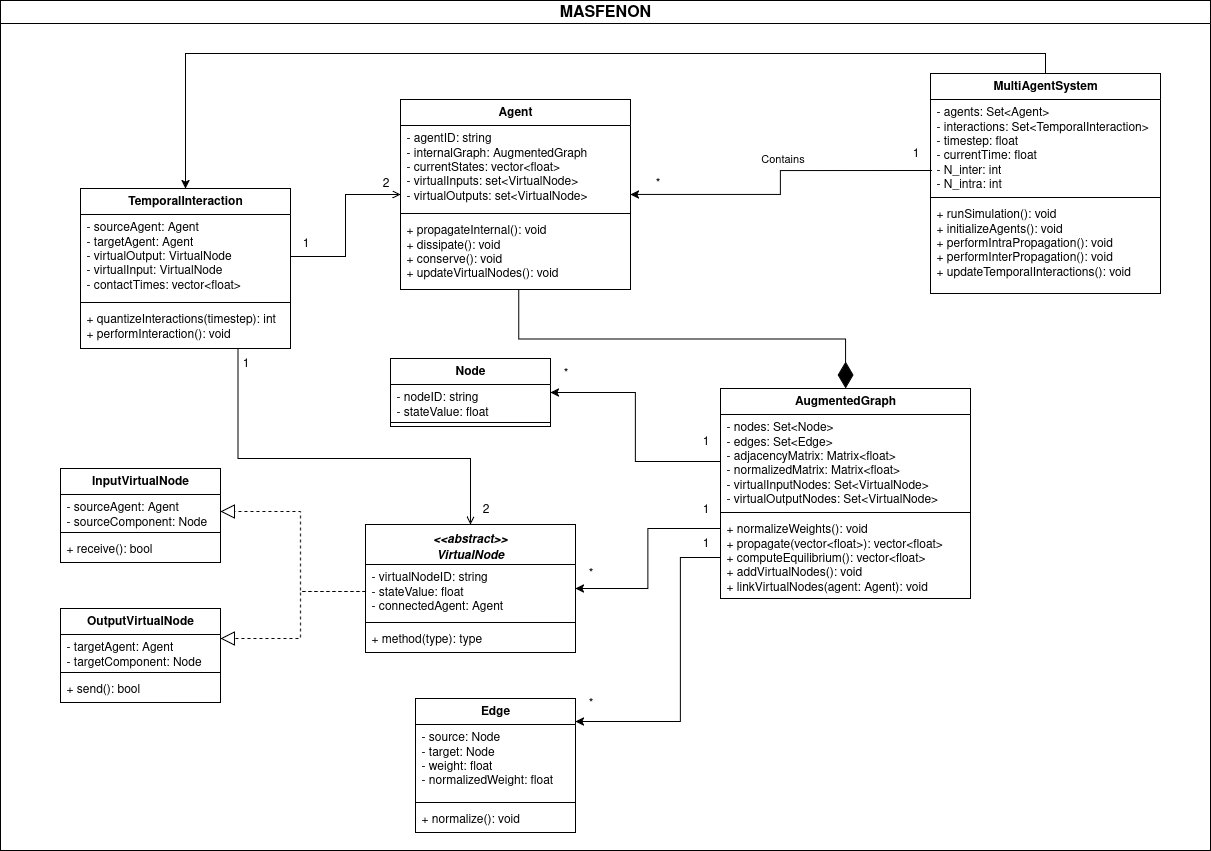
Above: docs/images/UMLfull.drawio.png in josura/c2c-sepia (draw.io), before the change. Source tidied: cells renumbered, new cells last; positions are measured from the earlier drawing's top-left corner, leaving out a move shared by most shapes. Source of this version:
```xml
<mxGraphModel>
  <root>
    <mxCell id="0" />
    <mxCell id="1" parent="0" />
    <mxCell id="2" value="MASFENON" style="swimlane;whiteSpace=wrap;html=1;fontSize=16;" parent="1" vertex="1">
      <mxGeometry width="1210" height="850" as="geometry" />
    </mxCell>
    <mxCell id="3" style="edgeStyle=orthogonalEdgeStyle;rounded=0;jettySize=auto;html=1;exitX=0.5;exitY=0;exitDx=0;exitDy=0;entryX=0.5;entryY=0;entryDx=0;entryDy=0;" parent="2" edge="1" source="4" target="46">
      <mxGeometry relative="1" as="geometry" />
    </mxCell>
    <mxCell id="4" value="MultiAgentSystem" style="swimlane;fontStyle=1;align=center;verticalAlign=top;horizontal=1;startSize=26;whiteSpace=wrap;html=1;" parent="2" vertex="1">
      <mxGeometry x="930" y="73" width="230" height="220" as="geometry" />
    </mxCell>
    <mxCell id="5" value="- agents: Set&amp;lt;Agent&amp;gt;&amp;nbsp;&lt;br&gt;- interactions: Set&amp;lt;TemporalInteraction&amp;gt;&lt;br&gt;- timestep: float&amp;nbsp; &amp;nbsp; &amp;nbsp; &amp;nbsp; &amp;nbsp; &amp;nbsp; &amp;nbsp; &amp;nbsp; &amp;nbsp; &amp;nbsp;&amp;nbsp;&lt;br&gt;- currentTime: float&amp;nbsp; &amp;nbsp; &amp;nbsp; &amp;nbsp; &amp;nbsp; &amp;nbsp; &amp;nbsp;&amp;nbsp;&lt;br&gt;- N_inter: int&lt;br&gt;- N_intra: int&amp;nbsp;" style="text;strokeColor=none;fillColor=none;align=left;verticalAlign=top;spacingLeft=4;spacingRight=4;overflow=hidden;points=[[0,0.5],[1,0.5]];portConstraint=eastwest;whiteSpace=wrap;html=1;" parent="4" vertex="1">
      <mxGeometry y="26" width="230" height="94" as="geometry" />
    </mxCell>
    <mxCell id="6" style="line;strokeWidth=1;fillColor=none;align=left;verticalAlign=middle;spacingTop=-1;spacingLeft=3;spacingRight=3;labelPosition=right;strokeColor=inherit;" parent="4" vertex="1">
      <mxGeometry y="120" width="230" height="8" as="geometry" />
    </mxCell>
    <mxCell id="7" value="+ runSimulation(): void&lt;br&gt;+ initializeAgents(): void&lt;br&gt;+ performIntraPropagation(): void&lt;br&gt;+ performInterPropagation(): void&lt;br&gt;+ updateTemporalInteractions(): void" style="text;strokeColor=none;fillColor=none;align=left;verticalAlign=top;spacingLeft=4;spacingRight=4;overflow=hidden;whiteSpace=wrap;html=1;" parent="4" vertex="1">
      <mxGeometry y="128" width="230" height="92" as="geometry" />
    </mxCell>
    <mxCell id="8" value="Agent" style="swimlane;fontStyle=1;align=center;verticalAlign=top;horizontal=1;startSize=26;whiteSpace=wrap;html=1;" parent="2" vertex="1">
      <mxGeometry x="400" y="99" width="230" height="190" as="geometry" />
    </mxCell>
    <mxCell id="9" value="- agentID: string&lt;br&gt;- internalGraph: AugmentedGraph&lt;br&gt;- currentStates: vector&amp;lt;float&amp;gt;&lt;br&gt;- virtualInputs: set&amp;lt;VirtualNode&amp;gt;&lt;br&gt;- virtualOutputs: set&amp;lt;VirtualNode&amp;gt;" style="text;strokeColor=none;fillColor=none;align=left;verticalAlign=top;spacingLeft=4;spacingRight=4;overflow=hidden;whiteSpace=wrap;html=1;" parent="8" vertex="1">
      <mxGeometry y="26" width="230" height="84" as="geometry" />
    </mxCell>
    <mxCell id="10" style="line;strokeWidth=1;fillColor=none;align=left;verticalAlign=middle;spacingTop=-1;spacingLeft=3;spacingRight=3;labelPosition=right;strokeColor=inherit;" parent="8" vertex="1">
      <mxGeometry y="110" width="230" height="8" as="geometry" />
    </mxCell>
    <mxCell id="11" value="+ propagateInternal(): void&lt;br&gt;+ dissipate(): void&lt;br&gt;+ conserve(): void&lt;br&gt;+ updateVirtualNodes(): void&amp;nbsp;" style="text;strokeColor=none;fillColor=none;align=left;verticalAlign=top;spacingLeft=4;spacingRight=4;overflow=hidden;points=[[0,0.5],[1,0.5]];portConstraint=eastwest;whiteSpace=wrap;html=1;" parent="8" vertex="1">
      <mxGeometry y="118" width="230" height="72" as="geometry" />
    </mxCell>
    <mxCell id="12" value="1" style="text;html=1;align=center;verticalAlign=middle;strokeColor=none;fillColor=none;" parent="2" vertex="1">
      <mxGeometry x="900" y="138" width="30" height="30" as="geometry" />
    </mxCell>
    <mxCell id="13" value="AugmentedGraph" style="swimlane;fontStyle=1;align=center;verticalAlign=top;horizontal=1;startSize=26;whiteSpace=wrap;html=1;" parent="2" vertex="1">
      <mxGeometry x="720" y="388" width="250" height="210" as="geometry" />
    </mxCell>
    <mxCell id="14" value="- nodes: Set&amp;lt;Node&amp;gt;&lt;br&gt;- edges: Set&amp;lt;Edge&amp;gt;&lt;br&gt;- adjacencyMatrix: Matrix&amp;lt;float&amp;gt;&lt;br&gt;- normalizedMatrix: Matrix&amp;lt;float&amp;gt;&lt;br&gt;- virtualInputNodes: Set&amp;lt;VirtualNode&amp;gt;&lt;br&gt;- virtualOutputNodes: Set&amp;lt;VirtualNode&amp;gt;&amp;nbsp;" style="text;strokeColor=none;fillColor=none;align=left;verticalAlign=top;spacingLeft=4;spacingRight=4;overflow=hidden;points=[[0,0.5],[1,0.5]];portConstraint=eastwest;whiteSpace=wrap;html=1;" parent="13" vertex="1">
      <mxGeometry y="26" width="250" height="94" as="geometry" />
    </mxCell>
    <mxCell id="15" style="line;strokeWidth=1;fillColor=none;align=left;verticalAlign=middle;spacingTop=-1;spacingLeft=3;spacingRight=3;labelPosition=right;strokeColor=inherit;" parent="13" vertex="1">
      <mxGeometry y="120" width="250" height="8" as="geometry" />
    </mxCell>
    <mxCell id="16" value="+ normalizeWeights(): void&lt;br&gt;+ propagate(vector&amp;lt;float&amp;gt;): vector&amp;lt;float&amp;gt;&lt;br&gt;+ computeEquilibrium(): vector&amp;lt;float&amp;gt;&lt;br&gt;+ addVirtualNodes(): void&lt;br&gt;+ linkVirtualNodes(agent: Agent): void" style="text;strokeColor=none;fillColor=none;align=left;verticalAlign=top;spacingLeft=4;spacingRight=4;overflow=hidden;points=[[0,0.5],[1,0.5]];portConstraint=eastwest;whiteSpace=wrap;html=1;" parent="13" vertex="1">
      <mxGeometry y="128" width="250" height="82" as="geometry" />
    </mxCell>
    <mxCell id="17" style="endArrow=diamondThin;endFill=1;endSize=24;html=1;rounded=0;entryX=0.5;entryY=0;entryDx=0;entryDy=0;exitX=0.514;exitY=1.007;exitDx=0;exitDy=0;exitPerimeter=0;edgeStyle=orthogonalEdgeStyle;" parent="2" edge="1" source="11" target="13">
      <mxGeometry relative="1" as="geometry" />
    </mxCell>
    <mxCell id="18" value="Node" style="swimlane;fontStyle=1;align=center;verticalAlign=top;horizontal=1;startSize=26;whiteSpace=wrap;html=1;" parent="2" vertex="1">
      <mxGeometry x="390" y="358" width="160" height="68" as="geometry" />
    </mxCell>
    <mxCell id="19" value="- nodeID: string&lt;br&gt;- stateValue: float" style="text;strokeColor=none;fillColor=none;align=left;verticalAlign=top;spacingLeft=4;spacingRight=4;overflow=hidden;whiteSpace=wrap;html=1;" parent="18" vertex="1">
      <mxGeometry y="26" width="160" height="34" as="geometry" />
    </mxCell>
    <mxCell id="20" style="line;strokeWidth=1;fillColor=none;align=left;verticalAlign=middle;spacingTop=-1;spacingLeft=3;spacingRight=3;labelPosition=right;strokeColor=inherit;" parent="18" vertex="1">
      <mxGeometry y="60" width="160" height="8" as="geometry" />
    </mxCell>
    <mxCell id="21" value="&lt;div&gt;&lt;i&gt;&amp;lt;&amp;lt;abstract&amp;gt;&amp;gt;&lt;/i&gt;&lt;/div&gt;&lt;div&gt;&lt;i&gt;VirtualNode&lt;/i&gt;&lt;/div&gt;" style="swimlane;fontStyle=1;align=center;verticalAlign=top;horizontal=1;startSize=40;whiteSpace=wrap;html=1;" parent="2" vertex="1">
      <mxGeometry x="365" y="524" width="210" height="128" as="geometry" />
    </mxCell>
    <mxCell id="22" value="- virtualNodeID: string&lt;br&gt;- stateValue: float&lt;br&gt;- connectedAgent: Agent" style="text;strokeColor=none;fillColor=none;align=left;verticalAlign=top;spacingLeft=4;spacingRight=4;overflow=hidden;points=[[0,0.5],[1,0.5]];portConstraint=eastwest;whiteSpace=wrap;html=1;" parent="21" vertex="1">
      <mxGeometry y="40" width="210" height="54" as="geometry" />
    </mxCell>
    <mxCell id="23" style="line;strokeWidth=1;fillColor=none;align=left;verticalAlign=middle;spacingTop=-1;spacingLeft=3;spacingRight=3;labelPosition=right;strokeColor=inherit;" parent="21" vertex="1">
      <mxGeometry y="94" width="210" height="8" as="geometry" />
    </mxCell>
    <mxCell id="24" value="+ method(type): type" style="text;strokeColor=none;fillColor=none;align=left;verticalAlign=top;spacingLeft=4;spacingRight=4;overflow=hidden;whiteSpace=wrap;html=1;" parent="21" vertex="1">
      <mxGeometry y="102" width="210" height="26" as="geometry" />
    </mxCell>
    <mxCell id="25" value="Edge" style="swimlane;fontStyle=1;align=center;verticalAlign=top;horizontal=1;startSize=26;whiteSpace=wrap;html=1;" parent="2" vertex="1">
      <mxGeometry x="415" y="698" width="160" height="134" as="geometry" />
    </mxCell>
    <mxCell id="26" value="- source: Node&lt;br&gt;- target: Node&lt;br&gt;- weight: float&lt;br&gt;- normalizedWeight: float&amp;nbsp;" style="text;strokeColor=none;fillColor=none;align=left;verticalAlign=top;spacingLeft=4;spacingRight=4;overflow=hidden;whiteSpace=wrap;html=1;" parent="25" vertex="1">
      <mxGeometry y="26" width="160" height="74" as="geometry" />
    </mxCell>
    <mxCell id="27" style="line;strokeWidth=1;fillColor=none;align=left;verticalAlign=middle;spacingTop=-1;spacingLeft=3;spacingRight=3;labelPosition=right;strokeColor=inherit;" parent="25" vertex="1">
      <mxGeometry y="100" width="160" height="8" as="geometry" />
    </mxCell>
    <mxCell id="28" value="+ normalize(): void" style="text;strokeColor=none;fillColor=none;align=left;verticalAlign=top;spacingLeft=4;spacingRight=4;overflow=hidden;whiteSpace=wrap;html=1;" parent="25" vertex="1">
      <mxGeometry y="108" width="160" height="26" as="geometry" />
    </mxCell>
    <mxCell id="29" style="edgeStyle=orthogonalEdgeStyle;rounded=0;jettySize=auto;html=1;exitX=0;exitY=0.5;exitDx=0;exitDy=0;" parent="2" edge="1" source="14" target="18">
      <mxGeometry relative="1" as="geometry" />
    </mxCell>
    <mxCell id="30" style="edgeStyle=orthogonalEdgeStyle;rounded=0;jettySize=auto;html=1;exitX=0;exitY=0.146;exitDx=0;exitDy=0;exitPerimeter=0;" parent="2" edge="1" source="16" target="21">
      <mxGeometry relative="1" as="geometry" />
    </mxCell>
    <mxCell id="31" style="edgeStyle=orthogonalEdgeStyle;rounded=0;jettySize=auto;html=1;exitX=0;exitY=0.5;exitDx=0;exitDy=0;" parent="2" edge="1" source="16" target="25">
      <mxGeometry relative="1" as="geometry">
        <Array as="points">
          <mxPoint x="680" y="557" />
          <mxPoint x="680" y="721" />
        </Array>
      </mxGeometry>
    </mxCell>
    <mxCell id="32" value="InputVirtualNode" style="swimlane;fontStyle=1;align=center;verticalAlign=top;horizontal=1;startSize=26;whiteSpace=wrap;html=1;" parent="2" vertex="1">
      <mxGeometry x="60" y="468" width="160" height="94" as="geometry" />
    </mxCell>
    <mxCell id="33" value="&lt;div&gt;- sourceAgent: Agent&lt;/div&gt;&lt;div&gt;- sourceComponent: Node&lt;/div&gt;" style="text;strokeColor=none;fillColor=none;align=left;verticalAlign=top;spacingLeft=4;spacingRight=4;overflow=hidden;whiteSpace=wrap;html=1;" parent="32" vertex="1">
      <mxGeometry y="26" width="160" height="34" as="geometry" />
    </mxCell>
    <mxCell id="34" style="line;strokeWidth=1;fillColor=none;align=left;verticalAlign=middle;spacingTop=-1;spacingLeft=3;spacingRight=3;labelPosition=right;strokeColor=inherit;" parent="32" vertex="1">
      <mxGeometry y="60" width="160" height="8" as="geometry" />
    </mxCell>
    <mxCell id="35" value="+ receive(): bool" style="text;strokeColor=none;fillColor=none;align=left;verticalAlign=top;spacingLeft=4;spacingRight=4;overflow=hidden;whiteSpace=wrap;html=1;" parent="32" vertex="1">
      <mxGeometry y="68" width="160" height="26" as="geometry" />
    </mxCell>
    <mxCell id="36" style="endArrow=block;dashed=1;endFill=0;endSize=12;html=1;rounded=0;exitX=0;exitY=0.5;exitDx=0;exitDy=0;edgeStyle=orthogonalEdgeStyle;" parent="2" edge="1" source="22" target="32">
      <mxGeometry relative="1" as="geometry">
        <Array as="points">
          <mxPoint x="300" y="591" />
          <mxPoint x="300" y="511" />
        </Array>
      </mxGeometry>
    </mxCell>
    <mxCell id="37" value="OutputVirtualNode" style="swimlane;fontStyle=1;align=center;verticalAlign=top;horizontal=1;startSize=26;whiteSpace=wrap;html=1;" parent="2" vertex="1">
      <mxGeometry x="60" y="608" width="160" height="94" as="geometry" />
    </mxCell>
    <mxCell id="38" value="&lt;div&gt;- targetAgent: Agent&lt;/div&gt;&lt;div&gt;- targetComponent: Node&lt;/div&gt;" style="text;strokeColor=none;fillColor=none;align=left;verticalAlign=top;spacingLeft=4;spacingRight=4;overflow=hidden;whiteSpace=wrap;html=1;" parent="37" vertex="1">
      <mxGeometry y="26" width="160" height="34" as="geometry" />
    </mxCell>
    <mxCell id="39" style="line;strokeWidth=1;fillColor=none;align=left;verticalAlign=middle;spacingTop=-1;spacingLeft=3;spacingRight=3;labelPosition=right;strokeColor=inherit;" parent="37" vertex="1">
      <mxGeometry y="60" width="160" height="8" as="geometry" />
    </mxCell>
    <mxCell id="40" value="+ send(): bool" style="text;strokeColor=none;fillColor=none;align=left;verticalAlign=top;spacingLeft=4;spacingRight=4;overflow=hidden;whiteSpace=wrap;html=1;" parent="37" vertex="1">
      <mxGeometry y="68" width="160" height="26" as="geometry" />
    </mxCell>
    <mxCell id="41" style="endArrow=block;dashed=1;endFill=0;endSize=12;html=1;rounded=0;exitX=0;exitY=0.5;exitDx=0;exitDy=0;edgeStyle=orthogonalEdgeStyle;" parent="2" edge="1" source="22" target="37">
      <mxGeometry relative="1" as="geometry">
        <Array as="points">
          <mxPoint x="300" y="591" />
          <mxPoint x="300" y="638" />
        </Array>
      </mxGeometry>
    </mxCell>
    <mxCell id="42" value="*" style="text;html=1;align=center;verticalAlign=middle;strokeColor=none;fillColor=none;" parent="2" vertex="1">
      <mxGeometry x="642" y="168" width="30" height="30" as="geometry" />
    </mxCell>
    <mxCell id="43" style="edgeStyle=orthogonalEdgeStyle;rounded=0;jettySize=auto;html=1;exitX=0.006;exitY=0.756;exitDx=0;exitDy=0;exitPerimeter=0;" parent="2" edge="1" source="5" target="8">
      <mxGeometry relative="1" as="geometry" />
    </mxCell>
    <mxCell id="44" value="Contains" style="edgeLabel;html=1;align=center;verticalAlign=middle;" parent="43" vertex="1">
      <mxGeometry x="-0.02" y="1" relative="1" as="geometry">
        <mxPoint y="-19" as="offset" />
      </mxGeometry>
    </mxCell>
    <mxCell id="45" style="edgeStyle=orthogonalEdgeStyle;rounded=0;jettySize=auto;html=1;exitX=0.75;exitY=1;exitDx=0;exitDy=0;endArrow=open;endFill=0;" parent="2" edge="1" source="46" target="21">
      <mxGeometry relative="1" as="geometry">
        <Array as="points">
          <mxPoint x="238" y="458" />
          <mxPoint x="470" y="458" />
        </Array>
      </mxGeometry>
    </mxCell>
    <mxCell id="46" value="TemporalInteraction" style="swimlane;fontStyle=1;align=center;verticalAlign=top;horizontal=1;startSize=26;whiteSpace=wrap;html=1;" parent="2" vertex="1">
      <mxGeometry x="80" y="188" width="210" height="160" as="geometry" />
    </mxCell>
    <mxCell id="47" value="- sourceAgent: Agent&lt;br&gt;- targetAgent: Agent&lt;br&gt;- virtualOutput: VirtualNode&lt;br&gt;- virtualInput: VirtualNode&lt;br&gt;- contactTimes: vector&amp;lt;float&amp;gt;&amp;nbsp;&amp;nbsp;" style="text;strokeColor=none;fillColor=none;align=left;verticalAlign=top;spacingLeft=4;spacingRight=4;overflow=hidden;points=[[0,0.5],[1,0.5]];portConstraint=eastwest;whiteSpace=wrap;html=1;" parent="46" vertex="1">
      <mxGeometry y="26" width="210" height="84" as="geometry" />
    </mxCell>
    <mxCell id="48" style="line;strokeWidth=1;fillColor=none;align=left;verticalAlign=middle;spacingTop=-1;spacingLeft=3;spacingRight=3;labelPosition=right;strokeColor=inherit;" parent="46" vertex="1">
      <mxGeometry y="110" width="210" height="8" as="geometry" />
    </mxCell>
    <mxCell id="49" value="+ quantizeInteractions(timestep): int&lt;br&gt;+ performInteraction(): void" style="text;strokeColor=none;fillColor=none;align=left;verticalAlign=top;spacingLeft=4;spacingRight=4;overflow=hidden;whiteSpace=wrap;html=1;" parent="46" vertex="1">
      <mxGeometry y="118" width="210" height="42" as="geometry" />
    </mxCell>
    <mxCell id="50" style="edgeStyle=orthogonalEdgeStyle;rounded=0;jettySize=auto;html=1;exitX=1;exitY=0.5;exitDx=0;exitDy=0;endArrow=open;endFill=0;" parent="2" edge="1" source="47" target="8">
      <mxGeometry relative="1" as="geometry" />
    </mxCell>
    <mxCell id="51" value="1" style="text;html=1;align=center;verticalAlign=middle;strokeColor=none;fillColor=none;" parent="2" vertex="1">
      <mxGeometry x="690" y="426" width="30" height="30" as="geometry" />
    </mxCell>
    <mxCell id="52" value="*" style="text;html=1;align=center;verticalAlign=middle;strokeColor=none;fillColor=none;" parent="2" vertex="1">
      <mxGeometry x="550" y="358" width="30" height="30" as="geometry" />
    </mxCell>
    <mxCell id="53" value="*" style="text;html=1;align=center;verticalAlign=middle;strokeColor=none;fillColor=none;" parent="2" vertex="1">
      <mxGeometry x="575" y="558" width="30" height="30" as="geometry" />
    </mxCell>
    <mxCell id="54" value="*" style="text;html=1;align=center;verticalAlign=middle;strokeColor=none;fillColor=none;" parent="2" vertex="1">
      <mxGeometry x="575" y="688" width="30" height="30" as="geometry" />
    </mxCell>
    <mxCell id="55" value="1" style="text;html=1;align=center;verticalAlign=middle;strokeColor=none;fillColor=none;" parent="2" vertex="1">
      <mxGeometry x="690" y="494" width="30" height="30" as="geometry" />
    </mxCell>
    <mxCell id="56" value="1" style="text;html=1;align=center;verticalAlign=middle;strokeColor=none;fillColor=none;" parent="2" vertex="1">
      <mxGeometry x="690" y="528" width="30" height="30" as="geometry" />
    </mxCell>
    <mxCell id="57" value="1" style="text;html=1;align=center;verticalAlign=middle;strokeColor=none;fillColor=none;" parent="2" vertex="1">
      <mxGeometry x="230" y="348" width="30" height="30" as="geometry" />
    </mxCell>
    <mxCell id="58" value="2" style="text;html=1;align=center;verticalAlign=middle;strokeColor=none;fillColor=none;" parent="2" vertex="1">
      <mxGeometry x="470" y="494" width="30" height="30" as="geometry" />
    </mxCell>
    <mxCell id="59" value="1" style="text;html=1;align=center;verticalAlign=middle;strokeColor=none;fillColor=none;" parent="2" vertex="1">
      <mxGeometry x="290" y="228" width="30" height="30" as="geometry" />
    </mxCell>
    <mxCell id="60" value="2" style="text;html=1;align=center;verticalAlign=middle;strokeColor=none;fillColor=none;" parent="2" vertex="1">
      <mxGeometry x="370" y="168" width="30" height="30" as="geometry" />
    </mxCell>
  </root>
</mxGraphModel>
```
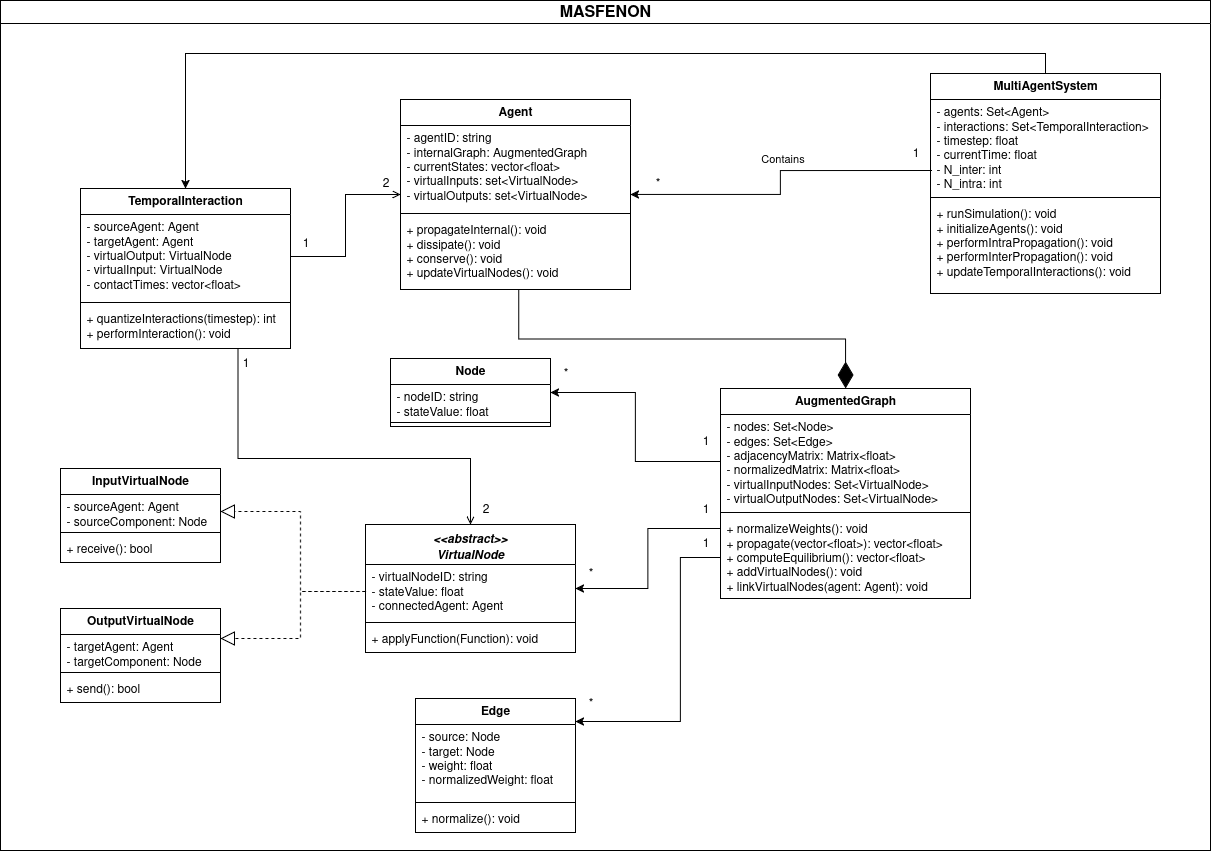
After the commit.

Diff of the diagram source:
```diff
@@ -68,7 +68,7 @@
     <mxCell id="23" style="line;strokeWidth=1;fillColor=none;align=left;verticalAlign=middle;spacingTop=-1;spacingLeft=3;spacingRight=3;labelPosition=right;strokeColor=inherit;" parent="21" vertex="1">
       <mxGeometry y="94" width="210" height="8" as="geometry" />
     </mxCell>
-    <mxCell id="24" value="+ method(type): type" style="text;strokeColor=none;fillColor=none;align=left;verticalAlign=top;spacingLeft=4;spacingRight=4;overflow=hidden;whiteSpace=wrap;html=1;" parent="21" vertex="1">
+    <mxCell id="24" value="+ applyFunction(Function): void" style="text;strokeColor=none;fillColor=none;align=left;verticalAlign=top;spacingLeft=4;spacingRight=4;overflow=hidden;whiteSpace=wrap;html=1;" parent="21" vertex="1">
       <mxGeometry y="102" width="210" height="26" as="geometry" />
     </mxCell>
     <mxCell id="25" value="Edge" style="swimlane;fontStyle=1;align=center;verticalAlign=top;horizontal=1;startSize=26;whiteSpace=wrap;html=1;" parent="2" vertex="1">
```
